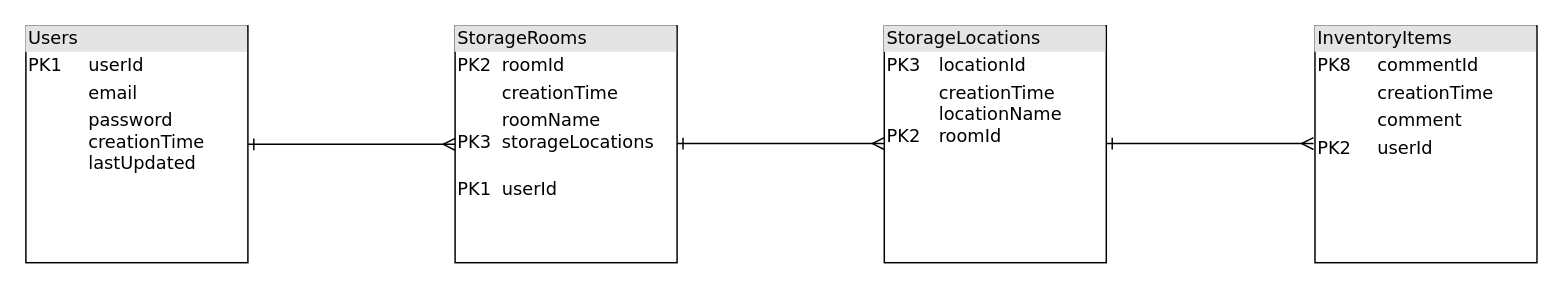
Earlier version of the draw.io diagram docs/DBTables.drawio (Neuronaut-Opensource/NeuroNaut-HIRO). Source tidied: cells renumbered, new cells numbered last; positions are measured from the earlier drawing's top-left corner, leaving out a move shared by most shapes. Both pictures are drawn from the tidied source at 148%, with x=0, y=0 at pixel (25, 25).
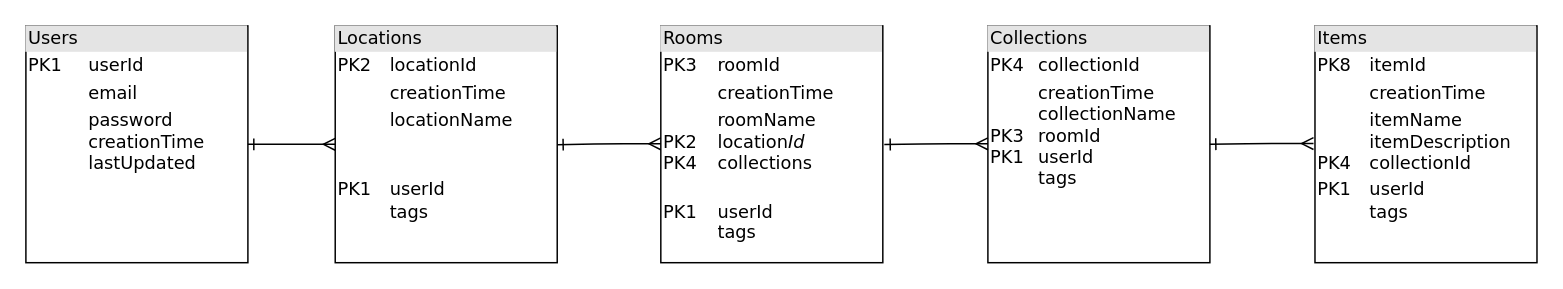
Above is the later version.

The edit, as a diff of the source:
```diff
@@
 <mxGraphModel background="#ffffff">
   <root>
     <mxCell id="0" />
     <mxCell id="1" parent="0" />
     <mxCell id="2" value="&lt;div style=&quot;box-sizing: border-box ; width: 100% ; background: #e4e4e4 ; padding: 2px&quot;&gt;Users&lt;/div&gt;&lt;table style=&quot;width: 100% ; font-size: 1em&quot; cellpadding=&quot;2&quot; cellspacing=&quot;0&quot;&gt;&lt;tbody&gt;&lt;tr&gt;&lt;td&gt;PK1&amp;nbsp;&lt;/td&gt;&lt;td&gt;userId&lt;/td&gt;&lt;/tr&gt;&lt;tr&gt;&lt;td&gt;&lt;br&gt;&lt;/td&gt;&lt;td&gt;email&lt;/td&gt;&lt;/tr&gt;&lt;tr&gt;&lt;td&gt;&lt;/td&gt;&lt;td&gt;password&lt;br&gt;creationTime&lt;br&gt;lastUpdated&lt;/td&gt;&lt;/tr&gt;&lt;tr&gt;&lt;td&gt;&lt;br&gt;&lt;/td&gt;&lt;td&gt;&lt;br&gt;&lt;br&gt;&lt;/td&gt;&lt;/tr&gt;&lt;tr&gt;&lt;td&gt;&lt;/td&gt;&lt;td&gt;&lt;/td&gt;&lt;/tr&gt;&lt;/tbody&gt;&lt;/table&gt;" style="verticalAlign=top;align=left;overflow=fill;html=1;rounded=0;shadow=0;comic=0;labelBackgroundColor=none;strokeWidth=1;fontFamily=Verdana;fontSize=12;" parent="1" vertex="1">
       <mxGeometry width="150" height="160" as="geometry" />
     </mxCell>
-    <mxCell id="3" value="&lt;div style=&quot;box-sizing: border-box ; width: 100% ; background: #e4e4e4 ; padding: 2px&quot;&gt;StorageRooms&lt;/div&gt;&lt;table style=&quot;width: 100% ; font-size: 1em&quot; cellpadding=&quot;2&quot; cellspacing=&quot;0&quot;&gt;&lt;tbody&gt;&lt;tr&gt;&lt;td&gt;PK2&lt;/td&gt;&lt;td&gt;roomId&lt;/td&gt;&lt;/tr&gt;&lt;tr&gt;&lt;td&gt;&lt;br&gt;&lt;/td&gt;&lt;td&gt;creationTime&lt;/td&gt;&lt;/tr&gt;&lt;tr&gt;&lt;td&gt;PK3&lt;/td&gt;&lt;td&gt;roomName&lt;br&gt;storageLocations&lt;br&gt;&lt;br&gt;&lt;/td&gt;&lt;/tr&gt;&lt;tr&gt;&lt;td&gt;PK1&lt;br&gt;&lt;/td&gt;&lt;td&gt;userId&lt;br&gt;&lt;/td&gt;&lt;/tr&gt;&lt;tr&gt;&lt;td&gt;&lt;/td&gt;&lt;td&gt;&lt;/td&gt;&lt;/tr&gt;&lt;/tbody&gt;&lt;/table&gt;" style="verticalAlign=top;align=left;overflow=fill;html=1;rounded=0;shadow=0;comic=0;labelBackgroundColor=none;strokeWidth=1;fontFamily=Verdana;fontSize=12;" parent="1" vertex="1">
-      <mxGeometry x="290" width="150" height="160" as="geometry" />
+    <mxCell id="3" value="&lt;div style=&quot;box-sizing: border-box ; width: 100% ; background: #e4e4e4 ; padding: 2px&quot;&gt;Rooms&lt;/div&gt;&lt;table style=&quot;width: 100% ; font-size: 1em&quot; cellpadding=&quot;2&quot; cellspacing=&quot;0&quot;&gt;&lt;tbody&gt;&lt;tr&gt;&lt;td&gt;PK3&lt;/td&gt;&lt;td&gt;roomId&lt;/td&gt;&lt;/tr&gt;&lt;tr&gt;&lt;td&gt;&lt;br&gt;&lt;/td&gt;&lt;td&gt;creationTime&lt;/td&gt;&lt;/tr&gt;&lt;tr&gt;&lt;td&gt;PK2&lt;br&gt;PK4&lt;/td&gt;&lt;td&gt;roomName&lt;br&gt;location&lt;i&gt;Id&lt;br&gt;&lt;/i&gt;collections&lt;br&gt;&lt;br&gt;&lt;/td&gt;&lt;/tr&gt;&lt;tr&gt;&lt;td&gt;PK1&lt;br&gt;&lt;br&gt;&lt;/td&gt;&lt;td&gt;userId&lt;br&gt;tags&lt;/td&gt;&lt;/tr&gt;&lt;tr&gt;&lt;td&gt;&lt;/td&gt;&lt;td&gt;&lt;/td&gt;&lt;/tr&gt;&lt;/tbody&gt;&lt;/table&gt;" style="verticalAlign=top;align=left;overflow=fill;html=1;rounded=0;shadow=0;comic=0;labelBackgroundColor=none;strokeWidth=1;fontFamily=Verdana;fontSize=12;" parent="1" vertex="1">
+      <mxGeometry x="429" width="150" height="160" as="geometry" />
     </mxCell>
-    <mxCell id="4" value="&lt;div style=&quot;box-sizing: border-box ; width: 100% ; background: #e4e4e4 ; padding: 2px&quot;&gt;InventoryItems&lt;/div&gt;&lt;table style=&quot;width: 100% ; font-size: 1em&quot; cellpadding=&quot;2&quot; cellspacing=&quot;0&quot;&gt;&lt;tbody&gt;&lt;tr&gt;&lt;td&gt;PK8&amp;nbsp;&lt;/td&gt;&lt;td&gt;commentId&lt;/td&gt;&lt;/tr&gt;&lt;tr&gt;&lt;td&gt;&lt;br&gt;&lt;/td&gt;&lt;td&gt;creationTime&lt;/td&gt;&lt;/tr&gt;&lt;tr&gt;&lt;td&gt;&lt;/td&gt;&lt;td&gt;comment&lt;br&gt;&lt;/td&gt;&lt;/tr&gt;&lt;tr&gt;&lt;td&gt;PK2&lt;/td&gt;&lt;td&gt;userId&lt;/td&gt;&lt;/tr&gt;&lt;tr&gt;&lt;td&gt;&lt;/td&gt;&lt;td&gt;&lt;/td&gt;&lt;/tr&gt;&lt;/tbody&gt;&lt;/table&gt;" style="verticalAlign=top;align=left;overflow=fill;html=1;rounded=0;shadow=0;comic=0;labelBackgroundColor=none;strokeWidth=1;fontFamily=Verdana;fontSize=12;" parent="1" vertex="1">
+    <mxCell id="4" value="&lt;div style=&quot;box-sizing: border-box ; width: 100% ; background: #e4e4e4 ; padding: 2px&quot;&gt;Items&lt;/div&gt;&lt;table style=&quot;width: 100% ; font-size: 1em&quot; cellpadding=&quot;2&quot; cellspacing=&quot;0&quot;&gt;&lt;tbody&gt;&lt;tr&gt;&lt;td&gt;PK8&amp;nbsp;&lt;/td&gt;&lt;td&gt;itemId&lt;/td&gt;&lt;/tr&gt;&lt;tr&gt;&lt;td&gt;&lt;br&gt;&lt;/td&gt;&lt;td&gt;creationTime&lt;/td&gt;&lt;/tr&gt;&lt;tr&gt;&lt;td&gt;&lt;br&gt;&lt;br&gt;PK4&lt;/td&gt;&lt;td&gt;itemName&lt;br&gt;itemDescription&lt;br&gt;collectionId&lt;/td&gt;&lt;/tr&gt;&lt;tr&gt;&lt;td&gt;PK1&lt;br&gt;&lt;br&gt;&lt;/td&gt;&lt;td&gt;userId&lt;br&gt;tags&lt;/td&gt;&lt;/tr&gt;&lt;tr&gt;&lt;td&gt;&lt;/td&gt;&lt;td&gt;&lt;/td&gt;&lt;/tr&gt;&lt;/tbody&gt;&lt;/table&gt;" style="verticalAlign=top;align=left;overflow=fill;html=1;rounded=0;shadow=0;comic=0;labelBackgroundColor=none;strokeWidth=1;fontFamily=Verdana;fontSize=12;" parent="1" vertex="1">
       <mxGeometry x="871" width="150" height="160" as="geometry" />
     </mxCell>
-    <mxCell id="5" value="&lt;div style=&quot;box-sizing: border-box ; width: 100% ; background: #e4e4e4 ; padding: 2px&quot;&gt;StorageLocations&lt;/div&gt;&lt;table style=&quot;width: 100% ; font-size: 1em&quot; cellpadding=&quot;2&quot; cellspacing=&quot;0&quot;&gt;&lt;tbody&gt;&lt;tr&gt;&lt;td&gt;PK3&lt;/td&gt;&lt;td&gt;locationId&lt;/td&gt;&lt;/tr&gt;&lt;tr&gt;&lt;td&gt;PK2&lt;/td&gt;&lt;td&gt;creationTime&lt;br&gt;locationName&lt;br&gt;roomId&lt;br&gt;&lt;br&gt;&lt;br&gt;&lt;/td&gt;&lt;/tr&gt;&lt;/tbody&gt;&lt;/table&gt;" style="verticalAlign=top;align=left;overflow=fill;html=1;rounded=0;shadow=0;comic=0;labelBackgroundColor=none;strokeWidth=1;fontFamily=Verdana;fontSize=12;" parent="1" vertex="1">
-      <mxGeometry x="580" width="150" height="160" as="geometry" />
+    <mxCell id="5" value="&lt;div style=&quot;box-sizing: border-box ; width: 100% ; background: #e4e4e4 ; padding: 2px&quot;&gt;Collections&lt;/div&gt;&lt;table style=&quot;width: 100% ; font-size: 1em&quot; cellpadding=&quot;2&quot; cellspacing=&quot;0&quot;&gt;&lt;tbody&gt;&lt;tr&gt;&lt;td&gt;PK4&lt;/td&gt;&lt;td&gt;collectionId&lt;/td&gt;&lt;/tr&gt;&lt;tr&gt;&lt;td&gt;PK3&lt;br&gt;PK1&lt;br&gt;&lt;br&gt;&lt;/td&gt;&lt;td&gt;creationTime&lt;br&gt;collectionName&lt;br&gt;roomId&lt;br&gt;userId&lt;br&gt;tags&lt;br&gt;&lt;br&gt;&lt;br&gt;&lt;/td&gt;&lt;/tr&gt;&lt;/tbody&gt;&lt;/table&gt;" style="verticalAlign=top;align=left;overflow=fill;html=1;rounded=0;shadow=0;comic=0;labelBackgroundColor=none;strokeWidth=1;fontFamily=Verdana;fontSize=12;" parent="1" vertex="1">
+      <mxGeometry x="650" width="150" height="160" as="geometry" />
     </mxCell>
-    <mxCell id="6" style="edgeStyle=orthogonalEdgeStyle;html=1;labelBackgroundColor=none;startArrow=ERmany;endArrow=ERone;fontFamily=Verdana;fontSize=12;align=left;startFill=0;endFill=0;exitX=0;exitY=0.5;exitDx=0;exitDy=0;" parent="1" edge="1" source="3">
+    <mxCell id="6" style="edgeStyle=orthogonalEdgeStyle;html=1;labelBackgroundColor=none;startArrow=ERmany;endArrow=ERone;fontFamily=Verdana;fontSize=12;align=left;startFill=0;endFill=0;exitX=0;exitY=0.5;exitDx=0;exitDy=0;" parent="1" edge="1" source="9">
       <mxGeometry relative="1" as="geometry">
         <mxPoint x="150" y="80" as="targetPoint" />
       </mxGeometry>
     </mxCell>
-    <mxCell id="7" style="edgeStyle=orthogonalEdgeStyle;html=1;labelBackgroundColor=none;startArrow=ERmany;endArrow=ERone;fontFamily=Verdana;fontSize=12;align=left;startFill=0;endFill=0;exitX=0;exitY=0.5;exitDx=0;exitDy=0;" parent="1" edge="1">
-      <mxGeometry relative="1" as="geometry">
-        <mxPoint x="580" y="79.5" as="sourcePoint" />
-        <mxPoint x="440" y="79.5" as="targetPoint" />
-      </mxGeometry>
-    </mxCell>
     <mxCell id="8" style="edgeStyle=orthogonalEdgeStyle;html=1;labelBackgroundColor=none;startArrow=ERmany;endArrow=ERone;fontFamily=Verdana;fontSize=12;align=left;startFill=0;endFill=0;exitX=0;exitY=0.5;exitDx=0;exitDy=0;" parent="1" edge="1">
       <mxGeometry relative="1" as="geometry">
         <mxPoint x="870" y="79.5" as="sourcePoint" />
-        <mxPoint x="730" y="79.5" as="targetPoint" />
+        <mxPoint x="800" y="80" as="targetPoint" />
+        <Array as="points">
+          <mxPoint x="835" y="80" />
+          <mxPoint x="800" y="80" />
+        </Array>
       </mxGeometry>
     </mxCell>
+    <mxCell id="9" value="&lt;div style=&quot;box-sizing: border-box ; width: 100% ; background: #e4e4e4 ; padding: 2px&quot;&gt;Locations&lt;/div&gt;&lt;table style=&quot;width: 100% ; font-size: 1em&quot; cellpadding=&quot;2&quot; cellspacing=&quot;0&quot;&gt;&lt;tbody&gt;&lt;tr&gt;&lt;td&gt;PK2&lt;/td&gt;&lt;td&gt;locationId&lt;/td&gt;&lt;/tr&gt;&lt;tr&gt;&lt;td&gt;&lt;br&gt;&lt;/td&gt;&lt;td&gt;creationTime&lt;/td&gt;&lt;/tr&gt;&lt;tr&gt;&lt;td&gt;&lt;br&gt;&lt;/td&gt;&lt;td&gt;locationName&lt;br&gt;&lt;br&gt;&lt;br&gt;&lt;/td&gt;&lt;/tr&gt;&lt;tr&gt;&lt;td&gt;PK1&lt;br&gt;&lt;br&gt;&lt;/td&gt;&lt;td&gt;userId&lt;br&gt;tags&lt;/td&gt;&lt;/tr&gt;&lt;tr&gt;&lt;td&gt;&lt;/td&gt;&lt;td&gt;&lt;/td&gt;&lt;/tr&gt;&lt;/tbody&gt;&lt;/table&gt;" style="verticalAlign=top;align=left;overflow=fill;html=1;rounded=0;shadow=0;comic=0;labelBackgroundColor=none;strokeWidth=1;fontFamily=Verdana;fontSize=12;" parent="1" vertex="1">
+      <mxGeometry x="209" width="150" height="160" as="geometry" />
+    </mxCell>
+    <mxCell id="10" style="edgeStyle=orthogonalEdgeStyle;html=1;labelBackgroundColor=none;startArrow=ERmany;endArrow=ERone;fontFamily=Verdana;fontSize=12;align=left;startFill=0;endFill=0;exitX=0;exitY=0.5;exitDx=0;exitDy=0;" parent="1" edge="1">
+      <mxGeometry relative="1" as="geometry">
+        <mxPoint x="650" y="79.7" as="sourcePoint" />
+        <mxPoint x="580" y="80.2" as="targetPoint" />
+        <Array as="points">
+          <mxPoint x="615" y="80.2" />
+          <mxPoint x="580" y="80.2" />
+        </Array>
+      </mxGeometry>
+    </mxCell>
+    <mxCell id="11" style="edgeStyle=orthogonalEdgeStyle;html=1;labelBackgroundColor=none;startArrow=ERmany;endArrow=ERone;fontFamily=Verdana;fontSize=12;align=left;startFill=0;endFill=0;exitX=0;exitY=0.5;exitDx=0;exitDy=0;" parent="1" edge="1">
+      <mxGeometry relative="1" as="geometry">
+        <mxPoint x="429" y="79.7" as="sourcePoint" />
+        <mxPoint x="359" y="80.3" as="targetPoint" />
+        <Array as="points">
+          <mxPoint x="394" y="80.3" />
+          <mxPoint x="359" y="80.3" />
+        </Array>
+      </mxGeometry>
+    </mxCell>
   </root>
 </mxGraphModel>
```
